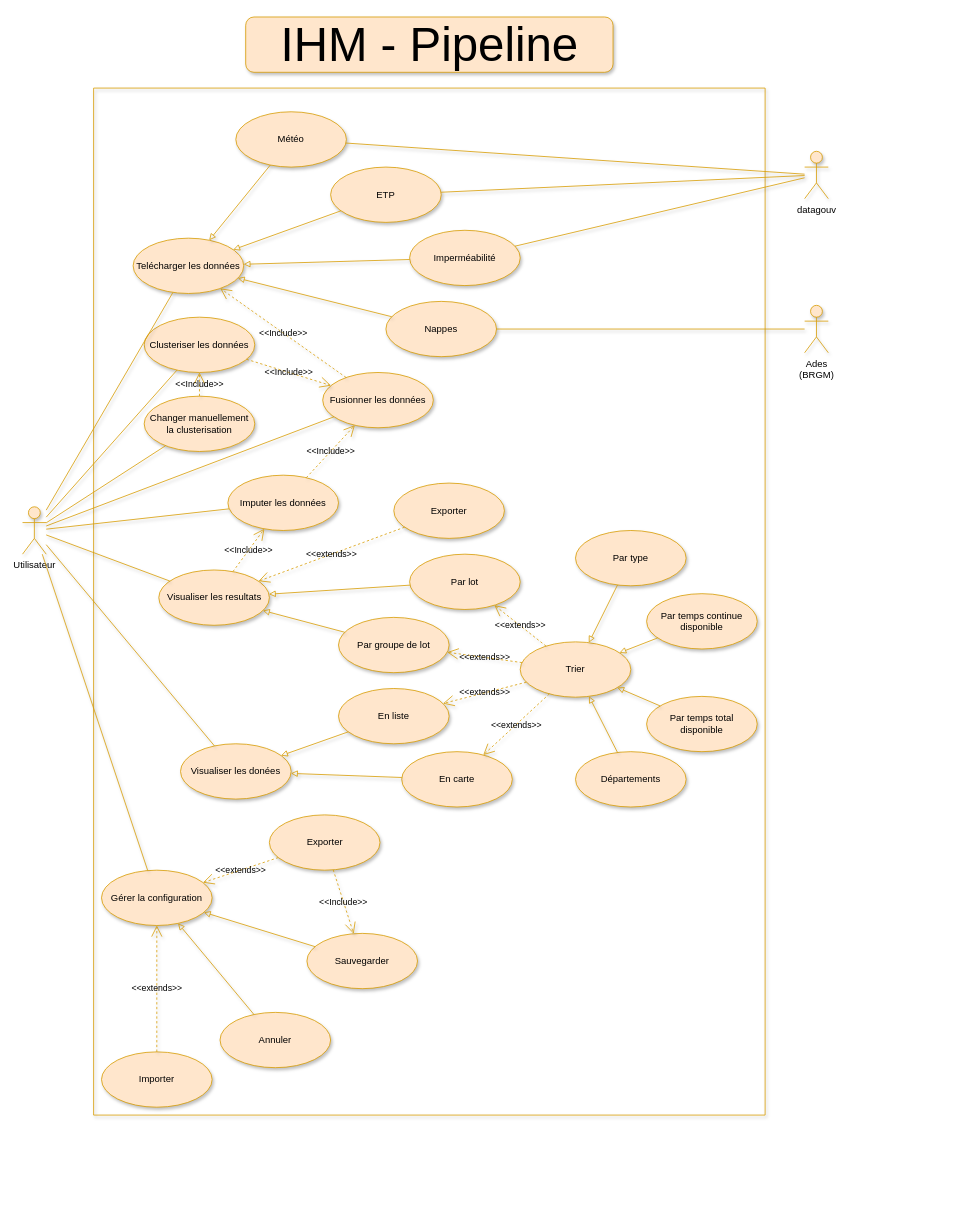
TronnoxUwU/STAGE-Junon keeps this draw.io diagram as page "UML - CU" (1 of 4) of schemas.drawio. Above is the earlier version. Source tidied: cells renumbered, new cells numbered last; positions are measured from the earlier drawing's top-left corner, leaving out a move shared by most shapes. Both pictures are drawn from the tidied source at 79%, with x=0, y=0 at pixel (22, 17).
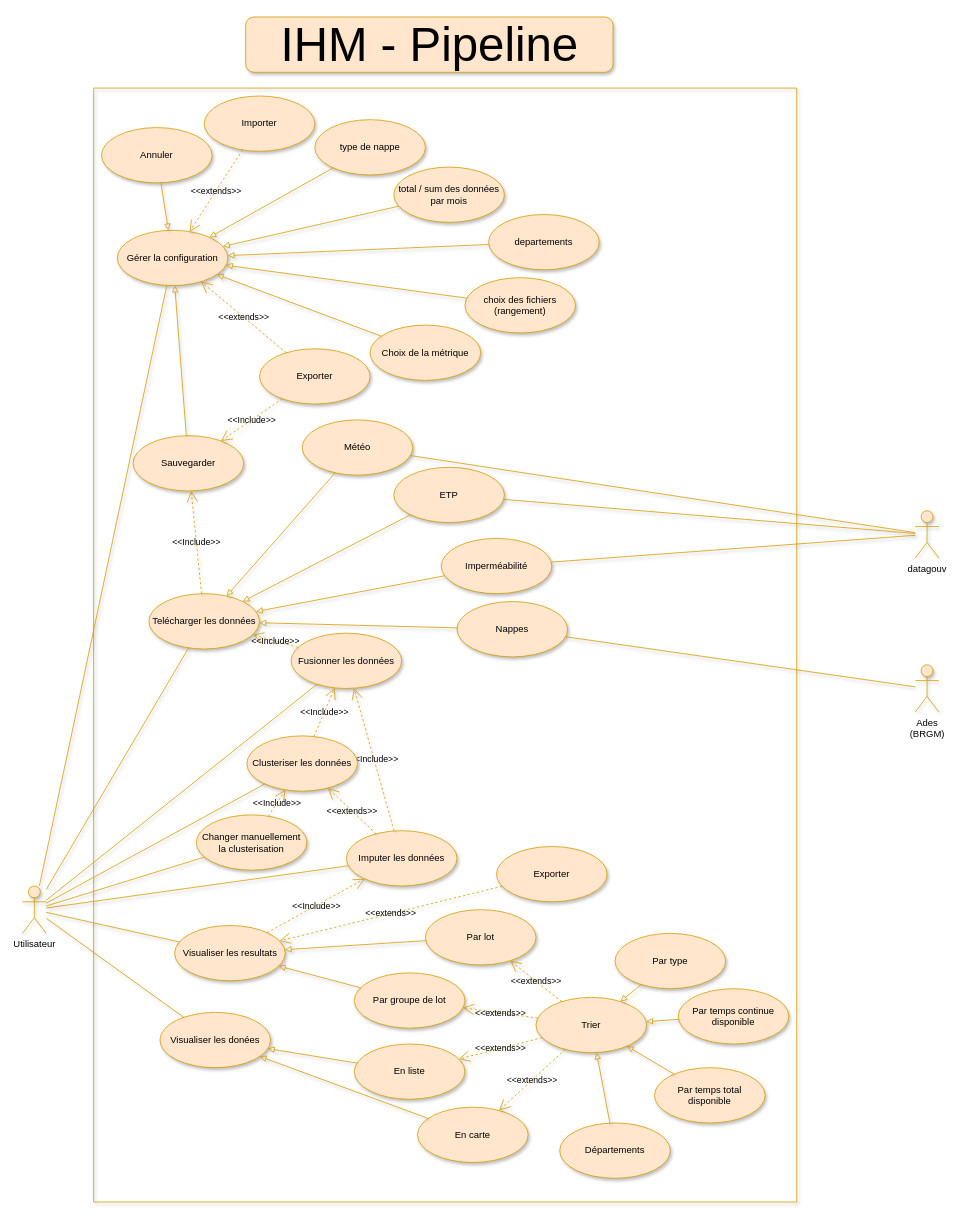
Above is the later version.

The edit, as a diff of the source:
```diff
@@
     <mxCell id="2" value="Utilisateur" style="shape=umlActor;verticalLabelPosition=bottom;verticalAlign=top;html=1;rounded=1;fillColor=#ffe6cc;strokeColor=#d79b00;swimlaneLine=1;shadow=1;fontColor=default;labelBackgroundColor=none;" parent="1" vertex="1">
-      <mxGeometry y="620" width="30" height="60" as="geometry" />
+      <mxGeometry y="1100" width="30" height="60" as="geometry" />
     </mxCell>
     <mxCell id="3" style="swimlane;startSize=0;rounded=1;fillColor=#ffe6cc;strokeColor=#d79b00;swimlaneLine=1;shadow=1;fontColor=default;labelBackgroundColor=none;" parent="1" vertex="1">
-      <mxGeometry x="90" y="90" width="850" height="1300" as="geometry" />
+      <mxGeometry x="90" y="90" width="890" height="1410" as="geometry" />
     </mxCell>
     <mxCell id="4" value="Telécharger les données" style="ellipse;whiteSpace=wrap;html=1;rounded=1;fillColor=#ffe6cc;strokeColor=#d79b00;swimlaneLine=1;shadow=1;fontColor=default;labelBackgroundColor=none;" parent="3" vertex="1">
-      <mxGeometry x="50" y="190" width="140" height="70" as="geometry" />
+      <mxGeometry x="70" y="640" width="140" height="70" as="geometry" />
     </mxCell>
     <mxCell id="5" value="Météo" style="ellipse;whiteSpace=wrap;html=1;rounded=1;fillColor=#ffe6cc;strokeColor=#d79b00;swimlaneLine=1;shadow=1;fontColor=default;labelBackgroundColor=none;" parent="3" vertex="1">
-      <mxGeometry x="180" y="30" width="140" height="70" as="geometry" />
+      <mxGeometry x="264" y="420" width="140" height="70" as="geometry" />
     </mxCell>
     <mxCell id="6" value="ETP" style="ellipse;whiteSpace=wrap;html=1;rounded=1;fillColor=#ffe6cc;strokeColor=#d79b00;swimlaneLine=1;shadow=1;fontColor=default;labelBackgroundColor=none;" parent="3" vertex="1">
-      <mxGeometry x="300" y="100" width="140" height="70" as="geometry" />
+      <mxGeometry x="380" y="480" width="140" height="70" as="geometry" />
     </mxCell>
     <mxCell id="7" value="Imperméabilité" style="ellipse;whiteSpace=wrap;html=1;rounded=1;fillColor=#ffe6cc;strokeColor=#d79b00;swimlaneLine=1;shadow=1;fontColor=default;labelBackgroundColor=none;" parent="3" vertex="1">
-      <mxGeometry x="400" y="180" width="140" height="70" as="geometry" />
+      <mxGeometry x="440" y="570" width="140" height="70" as="geometry" />
     </mxCell>
     <mxCell id="8" value="Nappes" style="ellipse;whiteSpace=wrap;html=1;rounded=1;fillColor=#ffe6cc;strokeColor=#d79b00;swimlaneLine=1;shadow=1;fontColor=default;labelBackgroundColor=none;" parent="3" vertex="1">
-      <mxGeometry x="370" y="270" width="140" height="70" as="geometry" />
+      <mxGeometry x="460" y="650" width="140" height="70" as="geometry" />
     </mxCell>
     <mxCell id="9" value="Fusionner les données" style="ellipse;whiteSpace=wrap;html=1;rounded=1;fillColor=#ffe6cc;strokeColor=#d79b00;swimlaneLine=1;shadow=1;fontColor=default;labelBackgroundColor=none;" parent="3" vertex="1">
-      <mxGeometry x="290" y="360" width="140" height="70" as="geometry" />
+      <mxGeometry x="250" y="690" width="140" height="70" as="geometry" />
     </mxCell>
@@
     <mxCell id="11" value="Imputer les données" style="ellipse;whiteSpace=wrap;html=1;rounded=1;fillColor=#ffe6cc;strokeColor=#d79b00;swimlaneLine=1;shadow=1;fontColor=default;labelBackgroundColor=none;" parent="3" vertex="1">
-      <mxGeometry x="170" y="490" width="140" height="70" as="geometry" />
+      <mxGeometry x="320" y="940" width="140" height="70" as="geometry" />
     </mxCell>
@@
     <mxCell id="13" value="Clusteriser les données" style="ellipse;whiteSpace=wrap;html=1;rounded=1;fillColor=#ffe6cc;strokeColor=#d79b00;swimlaneLine=1;shadow=1;fontColor=default;labelBackgroundColor=none;" parent="3" vertex="1">
-      <mxGeometry x="64" y="290" width="140" height="70" as="geometry" />
+      <mxGeometry x="194" y="820" width="140" height="70" as="geometry" />
     </mxCell>
     <mxCell id="14" value="Gérer la configuration" style="ellipse;whiteSpace=wrap;html=1;rounded=1;fillColor=#ffe6cc;strokeColor=#d79b00;swimlaneLine=1;shadow=1;fontColor=default;labelBackgroundColor=none;" parent="3" vertex="1">
-      <mxGeometry x="10" y="990" width="140" height="70" as="geometry" />
+      <mxGeometry x="30" y="180" width="140" height="70" as="geometry" />
     </mxCell>
     <mxCell id="15" value="Exporter" style="ellipse;whiteSpace=wrap;html=1;rounded=1;fillColor=#ffe6cc;strokeColor=#d79b00;swimlaneLine=1;shadow=1;fontColor=default;labelBackgroundColor=none;" parent="3" vertex="1">
-      <mxGeometry x="222.5" y="920" width="140" height="70" as="geometry" />
+      <mxGeometry x="210" y="330" width="140" height="70" as="geometry" />
     </mxCell>
@@
     <mxCell id="20" value="Importer" style="ellipse;whiteSpace=wrap;html=1;rounded=1;fillColor=#ffe6cc;strokeColor=#d79b00;swimlaneLine=1;shadow=1;fontColor=default;labelBackgroundColor=none;" parent="3" vertex="1">
-      <mxGeometry x="10" y="1220" width="140" height="70" as="geometry" />
+      <mxGeometry x="140" y="10" width="140" height="70" as="geometry" />
     </mxCell>
     <mxCell id="21" value="Sauvegarder" style="ellipse;whiteSpace=wrap;html=1;rounded=1;fillColor=#ffe6cc;strokeColor=#d79b00;swimlaneLine=1;shadow=1;fontColor=default;labelBackgroundColor=none;" parent="3" vertex="1">
-      <mxGeometry x="270" y="1070" width="140" height="70" as="geometry" />
+      <mxGeometry x="50" y="440" width="140" height="70" as="geometry" />
     </mxCell>
@@
     <mxCell id="24" value="Visualiser les donées" style="ellipse;whiteSpace=wrap;html=1;rounded=1;fillColor=#ffe6cc;strokeColor=#d79b00;swimlaneLine=1;shadow=1;fontColor=default;labelBackgroundColor=none;" parent="3" vertex="1">
-      <mxGeometry x="110" y="830" width="140" height="70" as="geometry" />
+      <mxGeometry x="84" y="1170" width="140" height="70" as="geometry" />
     </mxCell>
     <mxCell id="25" value="En liste" style="ellipse;whiteSpace=wrap;html=1;rounded=1;fillColor=#ffe6cc;strokeColor=#d79b00;swimlaneLine=1;shadow=1;fontColor=default;labelBackgroundColor=none;" parent="3" vertex="1">
-      <mxGeometry x="310" y="760" width="140" height="70" as="geometry" />
+      <mxGeometry x="330" y="1210" width="140" height="70" as="geometry" />
     </mxCell>
     <mxCell id="26" value="En carte" style="ellipse;whiteSpace=wrap;html=1;rounded=1;fillColor=#ffe6cc;strokeColor=#d79b00;swimlaneLine=1;shadow=1;fontColor=default;labelBackgroundColor=none;" parent="3" vertex="1">
-      <mxGeometry x="390" y="840" width="140" height="70" as="geometry" />
+      <mxGeometry x="410" y="1290" width="140" height="70" as="geometry" />
     </mxCell>
@@
     <mxCell id="31" value="Annuler" style="ellipse;whiteSpace=wrap;html=1;rounded=1;fillColor=#ffe6cc;strokeColor=#d79b00;swimlaneLine=1;shadow=1;fontColor=default;labelBackgroundColor=none;" parent="3" vertex="1">
-      <mxGeometry x="160" y="1170" width="140" height="70" as="geometry" />
+      <mxGeometry x="10" y="50" width="140" height="70" as="geometry" />
     </mxCell>
@@
     <mxCell id="33" value="Trier" style="ellipse;whiteSpace=wrap;html=1;rounded=1;fillColor=#ffe6cc;strokeColor=#d79b00;swimlaneLine=1;shadow=1;fontColor=default;labelBackgroundColor=none;" parent="3" vertex="1">
-      <mxGeometry x="540" y="701" width="140" height="70" as="geometry" />
+      <mxGeometry x="560" y="1151" width="140" height="70" as="geometry" />
     </mxCell>
@@
     <mxCell id="36" value="Par type" style="ellipse;whiteSpace=wrap;html=1;rounded=1;fillColor=#ffe6cc;strokeColor=#d79b00;swimlaneLine=1;shadow=1;fontColor=default;labelBackgroundColor=none;" parent="3" vertex="1">
-      <mxGeometry x="610" y="560" width="140" height="70" as="geometry" />
+      <mxGeometry x="660" y="1070" width="140" height="70" as="geometry" />
     </mxCell>
     <mxCell id="37" value="Par temps continue disponible" style="ellipse;whiteSpace=wrap;html=1;rounded=1;fillColor=#ffe6cc;strokeColor=#d79b00;swimlaneLine=1;shadow=1;fontColor=default;labelBackgroundColor=none;" parent="3" vertex="1">
-      <mxGeometry x="700" y="640" width="140" height="70" as="geometry" />
+      <mxGeometry x="740" y="1140" width="140" height="70" as="geometry" />
     </mxCell>
     <mxCell id="38" value="Par temps total disponible" style="ellipse;whiteSpace=wrap;html=1;rounded=1;fillColor=#ffe6cc;strokeColor=#d79b00;swimlaneLine=1;shadow=1;fontColor=default;labelBackgroundColor=none;" parent="3" vertex="1">
-      <mxGeometry x="700" y="770" width="140" height="70" as="geometry" />
+      <mxGeometry x="710" y="1240" width="140" height="70" as="geometry" />
     </mxCell>
     <mxCell id="39" value="Départements" style="ellipse;whiteSpace=wrap;html=1;rounded=1;fillColor=#ffe6cc;strokeColor=#d79b00;swimlaneLine=1;shadow=1;fontColor=default;labelBackgroundColor=none;" parent="3" vertex="1">
-      <mxGeometry x="610" y="840" width="140" height="70" as="geometry" />
+      <mxGeometry x="590" y="1310" width="140" height="70" as="geometry" />
     </mxCell>
@@
     <mxCell id="45" value="Visualiser les resultats" style="ellipse;whiteSpace=wrap;html=1;rounded=1;fillColor=#ffe6cc;strokeColor=#d79b00;swimlaneLine=1;shadow=1;fontColor=default;labelBackgroundColor=none;" parent="3" vertex="1">
-      <mxGeometry x="82.5" y="610" width="140" height="70" as="geometry" />
+      <mxGeometry x="102.5" y="1060" width="140" height="70" as="geometry" />
     </mxCell>
@@
     <mxCell id="47" value="Par lot" style="ellipse;whiteSpace=wrap;html=1;rounded=1;fillColor=#ffe6cc;strokeColor=#d79b00;swimlaneLine=1;shadow=1;fontColor=default;labelBackgroundColor=none;" parent="3" vertex="1">
-      <mxGeometry x="400" y="590" width="140" height="70" as="geometry" />
+      <mxGeometry x="420" y="1040" width="140" height="70" as="geometry" />
     </mxCell>
@@
     <mxCell id="49" value="Par groupe de lot" style="ellipse;whiteSpace=wrap;html=1;rounded=1;fillColor=#ffe6cc;strokeColor=#d79b00;swimlaneLine=1;shadow=1;fontColor=default;labelBackgroundColor=none;" parent="3" vertex="1">
-      <mxGeometry x="310" y="670" width="140" height="70" as="geometry" />
+      <mxGeometry x="330" y="1120" width="140" height="70" as="geometry" />
     </mxCell>
@@
     <mxCell id="53" value="Exporter" style="ellipse;whiteSpace=wrap;html=1;rounded=1;fillColor=#ffe6cc;strokeColor=#d79b00;swimlaneLine=1;shadow=1;fontColor=default;labelBackgroundColor=none;" parent="3" vertex="1">
-      <mxGeometry x="380" y="500" width="140" height="70" as="geometry" />
+      <mxGeometry x="510" y="960" width="140" height="70" as="geometry" />
     </mxCell>
@@
     <mxCell id="55" value="Changer manuellement&lt;div&gt;la clusterisation&lt;/div&gt;" style="ellipse;whiteSpace=wrap;html=1;rounded=1;fillColor=#ffe6cc;strokeColor=#d79b00;swimlaneLine=1;shadow=1;fontColor=default;labelBackgroundColor=none;" parent="3" vertex="1">
-      <mxGeometry x="64" y="390" width="140" height="70" as="geometry" />
+      <mxGeometry x="130" y="920" width="140" height="70" as="geometry" />
     </mxCell>
@@
+    <mxCell id="72" value="type de nappe" style="ellipse;whiteSpace=wrap;html=1;rounded=1;fillColor=#ffe6cc;strokeColor=#d79b00;swimlaneLine=1;shadow=1;fontColor=default;labelBackgroundColor=none;" parent="3" vertex="1">
+      <mxGeometry x="280" y="40" width="140" height="70" as="geometry" />
+    </mxCell>
+    <mxCell id="73" value="total / sum des données par mois" style="ellipse;whiteSpace=wrap;html=1;rounded=1;fillColor=#ffe6cc;strokeColor=#d79b00;swimlaneLine=1;shadow=1;fontColor=default;labelBackgroundColor=none;" parent="3" vertex="1">
+      <mxGeometry x="380" y="100" width="140" height="70" as="geometry" />
+    </mxCell>
+    <mxCell id="74" value="departements" style="ellipse;whiteSpace=wrap;html=1;rounded=1;fillColor=#ffe6cc;strokeColor=#d79b00;swimlaneLine=1;shadow=1;fontColor=default;labelBackgroundColor=none;" parent="3" vertex="1">
+      <mxGeometry x="500" y="160" width="140" height="70" as="geometry" />
+    </mxCell>
+    <mxCell id="75" value="choix des fichiers&lt;div&gt;(rangement)&lt;/div&gt;" style="ellipse;whiteSpace=wrap;html=1;rounded=1;fillColor=#ffe6cc;strokeColor=#d79b00;swimlaneLine=1;shadow=1;fontColor=default;labelBackgroundColor=none;" parent="3" vertex="1">
+      <mxGeometry x="470" y="240" width="140" height="70" as="geometry" />
+    </mxCell>
+    <mxCell id="76" value="&lt;div&gt;&lt;br&gt;&lt;/div&gt;" style="endArrow=block;html=1;endFill=0;fillColor=#ffe6cc;strokeColor=#d79b00;swimlaneLine=1;shadow=1;fontColor=default;labelBackgroundColor=none;" parent="3" edge="1" source="75" target="14">
+      <mxGeometry x="0.24" relative="1" as="geometry" />
+    </mxCell>
+    <mxCell id="77" value="&lt;div&gt;&lt;br&gt;&lt;/div&gt;" style="endArrow=block;html=1;endFill=0;fillColor=#ffe6cc;strokeColor=#d79b00;swimlaneLine=1;shadow=1;fontColor=default;labelBackgroundColor=none;" parent="3" edge="1" source="74" target="14">
+      <mxGeometry x="0.24" relative="1" as="geometry" />
+    </mxCell>
+    <mxCell id="78" value="&lt;div&gt;&lt;br&gt;&lt;/div&gt;" style="endArrow=block;html=1;endFill=0;fillColor=#ffe6cc;strokeColor=#d79b00;swimlaneLine=1;shadow=1;fontColor=default;labelBackgroundColor=none;" parent="3" edge="1" source="73" target="14">
+      <mxGeometry x="0.24" relative="1" as="geometry" />
+    </mxCell>
+    <mxCell id="79" value="&lt;div&gt;&lt;br&gt;&lt;/div&gt;" style="endArrow=block;html=1;endFill=0;fillColor=#ffe6cc;strokeColor=#d79b00;swimlaneLine=1;shadow=1;fontColor=default;labelBackgroundColor=none;" parent="3" edge="1" source="72" target="14">
+      <mxGeometry x="0.24" relative="1" as="geometry" />
+    </mxCell>
+    <mxCell id="80" value="Choix de la métrique" style="ellipse;whiteSpace=wrap;html=1;rounded=1;fillColor=#ffe6cc;strokeColor=#d79b00;swimlaneLine=1;shadow=1;fontColor=default;labelBackgroundColor=none;" parent="3" vertex="1">
+      <mxGeometry x="350" y="300" width="140" height="70" as="geometry" />
+    </mxCell>
+    <mxCell id="81" value="&lt;div&gt;&lt;br&gt;&lt;/div&gt;" style="endArrow=block;html=1;endFill=0;fillColor=#ffe6cc;strokeColor=#d79b00;swimlaneLine=1;shadow=1;fontColor=default;labelBackgroundColor=none;" parent="3" edge="1" source="80" target="14">
+      <mxGeometry x="0.24" relative="1" as="geometry" />
+    </mxCell>
+    <mxCell id="82" value="&amp;lt;&amp;lt;Include&amp;gt;&amp;gt;" style="endArrow=open;endSize=12;dashed=1;html=1;fillColor=#ffe6cc;strokeColor=#d79b00;swimlaneLine=1;shadow=1;fontColor=default;labelBackgroundColor=none;" parent="3" edge="1" source="4" target="21">
+      <mxGeometry relative="1" as="geometry" />
+    </mxCell>
+    <mxCell id="83" value="&amp;lt;&amp;lt;extends&amp;gt;&amp;gt;" style="endArrow=open;endSize=12;dashed=1;html=1;fillColor=#ffe6cc;strokeColor=#d79b00;swimlaneLine=1;shadow=1;fontColor=default;labelBackgroundColor=none;" parent="3" edge="1" source="11" target="13">
+      <mxGeometry relative="1" as="geometry" />
+    </mxCell>
@@
     <mxCell id="66" value="Ades&lt;div&gt;(BRGM)&lt;/div&gt;" style="shape=umlActor;verticalLabelPosition=bottom;verticalAlign=top;html=1;outlineConnect=0;rounded=1;fillColor=#ffe6cc;strokeColor=#d79b00;swimlaneLine=1;shadow=1;fontColor=default;labelBackgroundColor=none;" parent="1" vertex="1">
-      <mxGeometry x="990" y="365" width="30" height="60" as="geometry" />
+      <mxGeometry x="1130" y="820" width="30" height="60" as="geometry" />
     </mxCell>
     <mxCell id="67" value="datagouv" style="shape=umlActor;verticalLabelPosition=bottom;verticalAlign=top;html=1;outlineConnect=0;rounded=1;fillColor=#ffe6cc;strokeColor=#d79b00;swimlaneLine=1;shadow=1;fontColor=default;labelBackgroundColor=none;" parent="1" vertex="1">
-      <mxGeometry x="990" y="170" width="30" height="60" as="geometry" />
+      <mxGeometry x="1130" y="625" width="30" height="60" as="geometry" />
     </mxCell>
```
